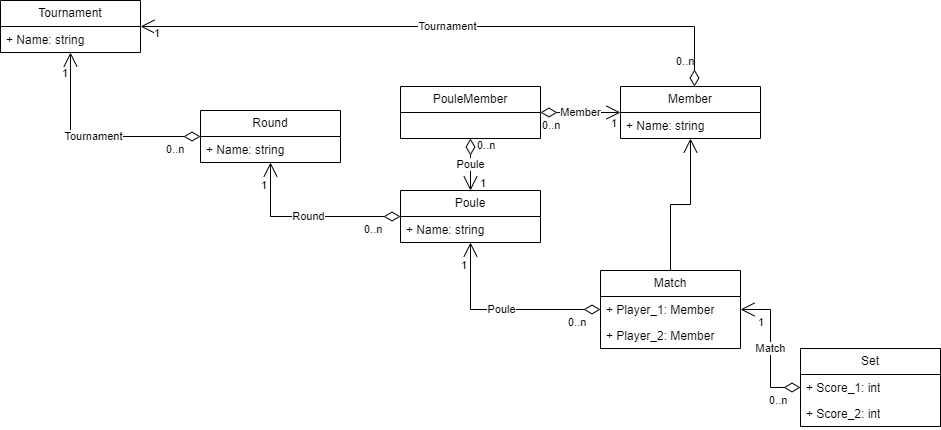
Before: Designs/DataModel_v2.png, a diagram exported from draw.io (Jowindebondt/tournament-manager). Source tidied: cells renumbered, new cells last; positions are measured from the earlier drawing's top-left corner, leaving out a move shared by most shapes.
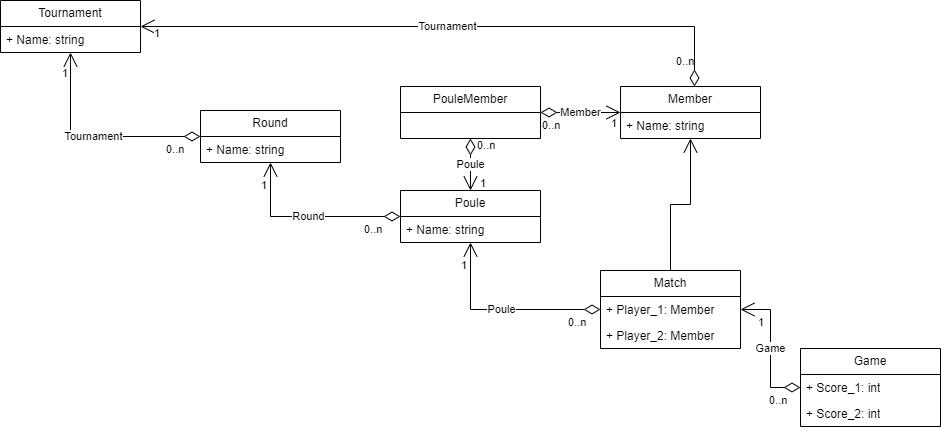
After the commit.

Commit message:
name correction

The edit, as a diff of the source:
```diff
@@ -35,7 +35,7 @@
     <mxCell id="12" value="+ Player_2: Member" style="text;strokeColor=none;fillColor=none;align=left;verticalAlign=top;spacingLeft=4;spacingRight=4;overflow=hidden;whiteSpace=wrap;html=1;" parent="10" vertex="1">
       <mxGeometry y="52" width="140" height="26" as="geometry" />
     </mxCell>
-    <mxCell id="13" value="Set" style="swimlane;fontStyle=0;horizontal=1;startSize=26;fillColor=none;whiteSpace=wrap;html=1;" parent="1" vertex="1">
+    <mxCell id="13" value="Game" style="swimlane;fontStyle=0;horizontal=1;startSize=26;fillColor=none;whiteSpace=wrap;html=1;" parent="1" vertex="1">
       <mxGeometry x="800" y="348" width="140" height="78" as="geometry" />
     </mxCell>
     <mxCell id="14" value="+ Score_1: int" style="text;strokeColor=none;fillColor=none;align=left;verticalAlign=top;spacingLeft=4;spacingRight=4;overflow=hidden;whiteSpace=wrap;html=1;" parent="13" vertex="1">
@@ -83,7 +83,7 @@
         <mxPoint x="-3" y="10" as="offset" />
       </mxGeometry>
     </mxCell>
-    <mxCell id="25" value="Match" style="endArrow=open;html=1;endSize=12;startArrow=diamondThin;startSize=14;startFill=0;edgeStyle=orthogonalEdgeStyle;rounded=0;" parent="1" edge="1" source="13" target="10">
+    <mxCell id="25" value="Game" style="endArrow=open;html=1;endSize=12;startArrow=diamondThin;startSize=14;startFill=0;edgeStyle=orthogonalEdgeStyle;rounded=0;" parent="1" edge="1" source="13" target="10">
       <mxGeometry relative="1" as="geometry" />
     </mxCell>
     <mxCell id="26" value="0..n" style="edgeLabel;html=1;align=left;verticalAlign=top;" parent="25" vertex="1">
```
